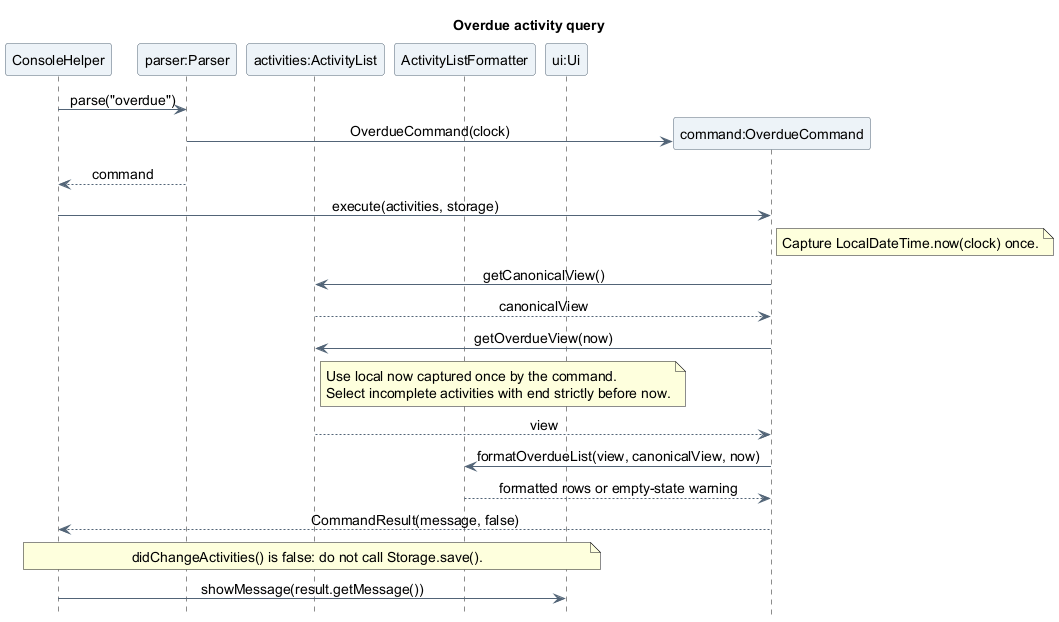
This is docs/images/asyraf/sequence/OverdueActivitySequence.png from AY2627S1-CS2113-T10-4/tp, a PlantUML export, as it was before one commit.
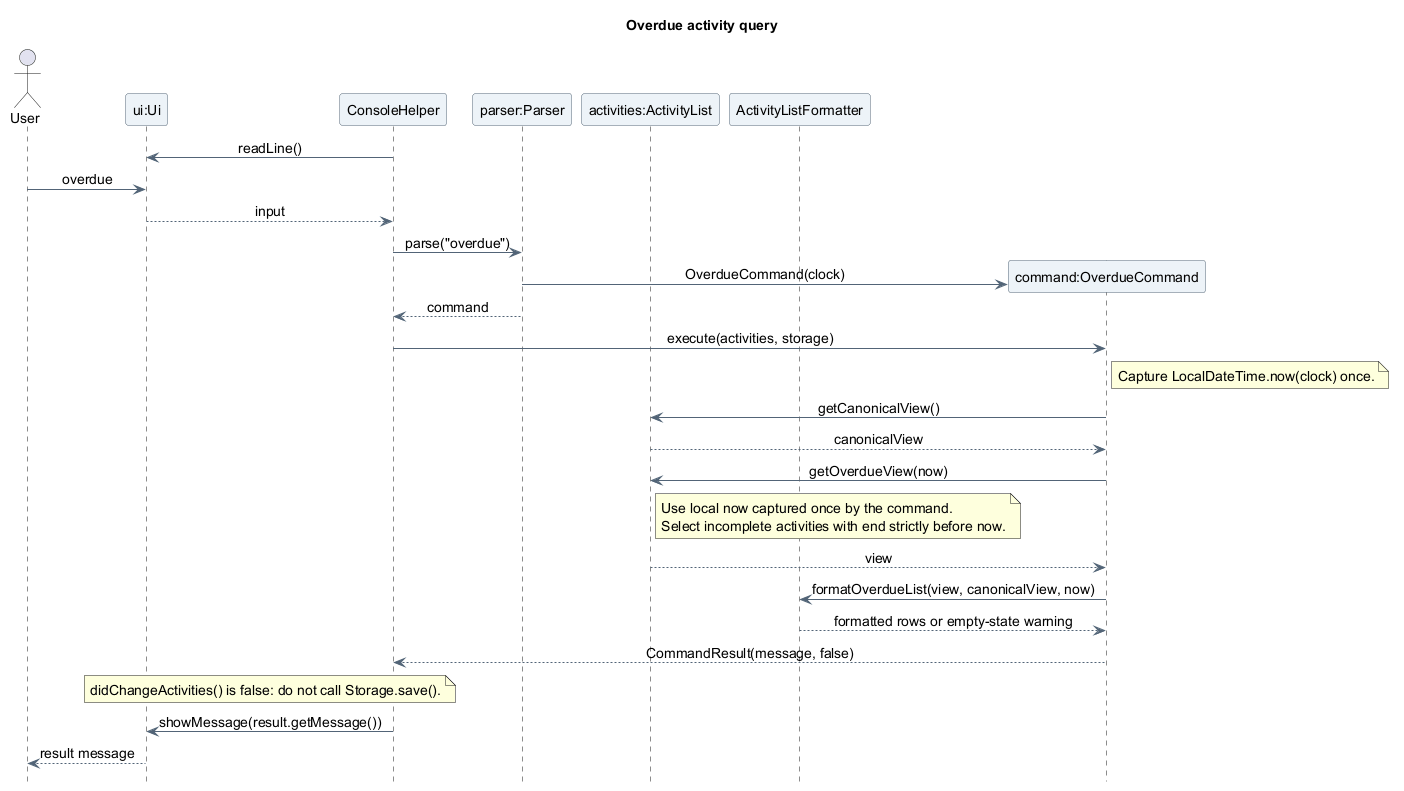
The same diagram one commit later.

What changed in the source:
```diff
@@ -10,11 +10,16 @@
 skinparam sequenceMessageAlign center
 hide footbox
 
+actor "User" as User
+participant "ui:Ui" as UI
 participant "ConsoleHelper" as Console
 participant "parser:Parser" as Parser
 participant "activities:ActivityList" as Activities
 participant "ActivityListFormatter" as Formatter
-participant "ui:Ui" as UI
+
+Console -> UI : readLine()
+User -> UI : overdue
+UI --> Console : input
 
 Console -> Parser : parse("overdue")
 create participant "command:OverdueCommand" as Query
@@ -39,4 +44,5 @@
   didChangeActivities() is false: do not call Storage.save().
 end note
 Console -> UI : showMessage(result.getMessage())
+UI --> User : result message
 @enduml
```
